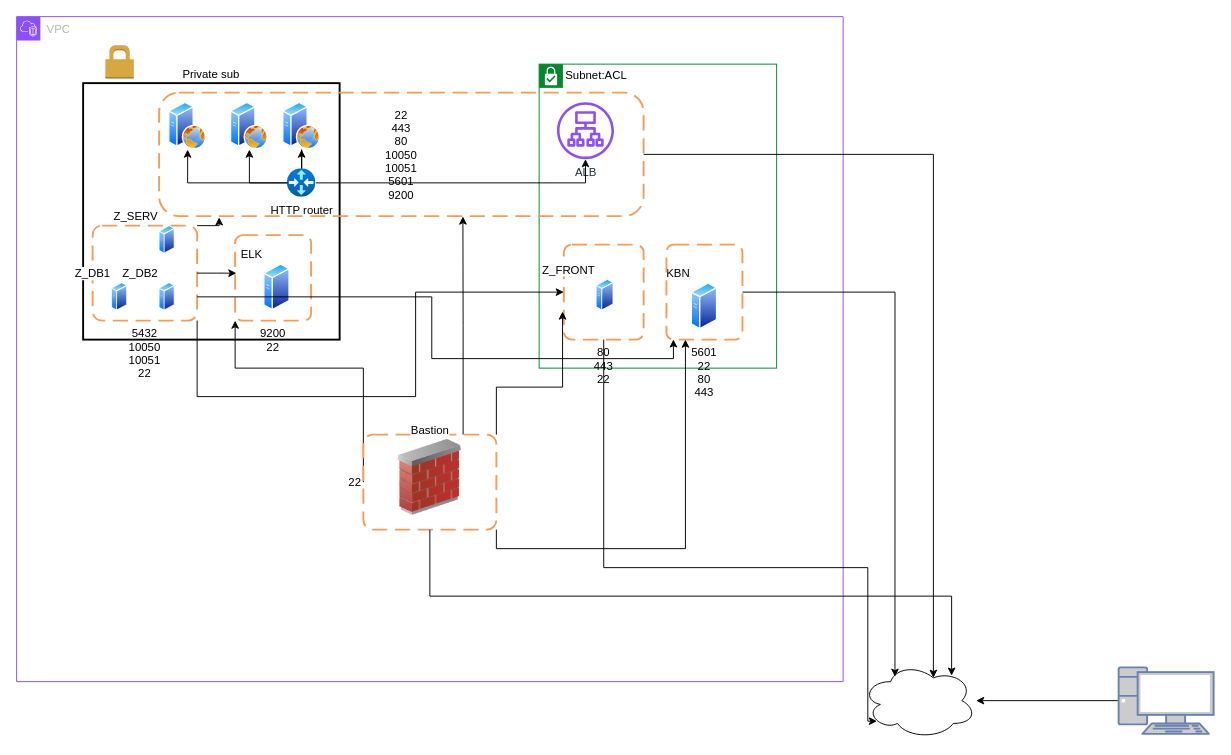
This is Курсовая.drawio from Loginochka/Coursework-DevOps, a draw.io file, before an edit. Source tidied: cells renumbered, new cells numbered last; positions are measured from the earlier drawing's top-left corner, leaving out a move shared by most shapes. Both pictures are drawn from the tidied source at 95%, with x=0, y=0 at pixel (16, 16).
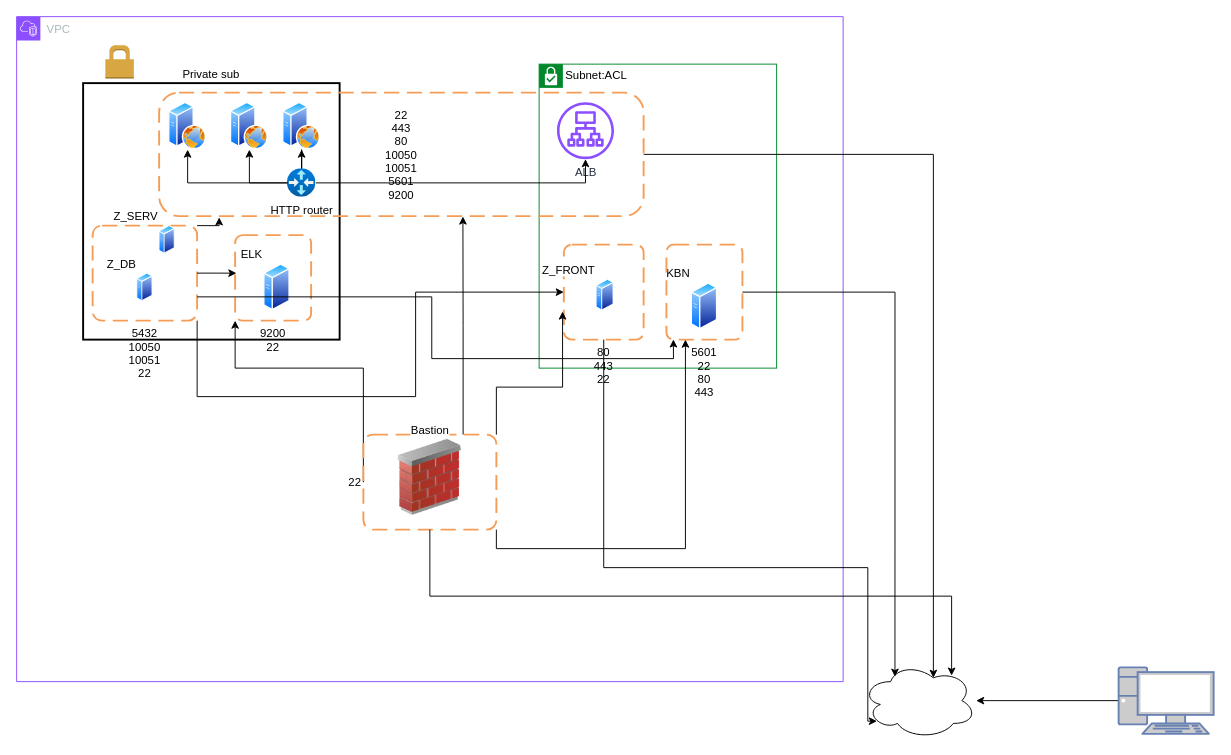
The same page after the edit.

The change refers to these unchanged cells:
```xml
<mxCell id="3" value="VPC" style="gradientColor=none;html=1;whiteSpace=wrap;fontSize=12;fontStyle=0;shape=mxgraph.aws4.group;grIcon=mxgraph.aws4.group_vpc2;strokeColor=#8C4FFF;fillColor=none;verticalAlign=top;align=left;spacingLeft=30;fontColor=#AAB7B8;dashed=0;" parent="1" vertex="1">
  <mxGeometry width="870" height="700" as="geometry" />
</mxCell>
```

Diff of the diagram source:
```diff
@@
-    <mxCell id="24" value="Z_DB2" style="image;perimeter=ellipsePerimeter;html=1;align=right;shadow=0;dashed=0;spacingTop=3;image=img/lib/active_directory/generic_server.svg;labelPosition=left;verticalLabelPosition=top;verticalAlign=bottom;" parent="3" vertex="1">
-      <mxGeometry x="150" y="280" width="16.8" height="30" as="geometry" />
-    </mxCell>
@@
-    <mxCell id="26" value="Z_DB1" style="image;perimeter=ellipsePerimeter;html=1;align=right;shadow=0;dashed=0;spacingTop=3;image=img/lib/active_directory/generic_server.svg;labelPosition=left;verticalLabelPosition=top;verticalAlign=bottom;" parent="3" vertex="1">
-      <mxGeometry x="100" y="280" width="16.8" height="30" as="geometry" />
+    <mxCell id="26" value="Z_DB" style="image;perimeter=ellipsePerimeter;html=1;align=right;shadow=0;dashed=0;spacingTop=3;image=img/lib/active_directory/generic_server.svg;labelPosition=left;verticalLabelPosition=top;verticalAlign=bottom;" parent="3" vertex="1">
+      <mxGeometry x="126.6" y="270" width="16.8" height="30" as="geometry" />
     </mxCell>
```
